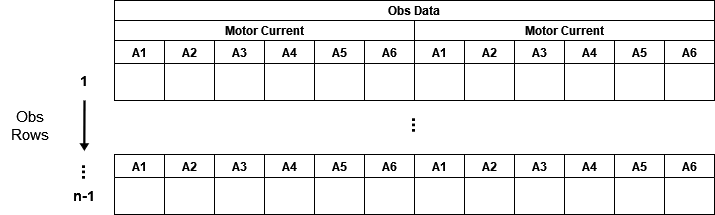
TONiiV/flowcharts keeps this draw.io diagram as obs_motor.drawio.png. Above is the earlier version. Source tidied: cells renumbered, new cells last; positions are measured from the earlier drawing's top-left corner, leaving out a move shared by most shapes.
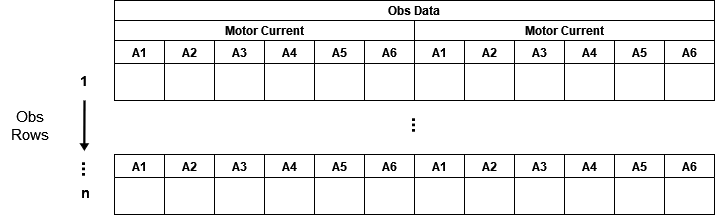
After the commit.

What changed in the source:
```diff
@@ -59,11 +59,11 @@
     <mxCell id="19" value="&lt;div align=&quot;center&quot;&gt;&lt;b&gt;1&lt;/b&gt;&lt;/div&gt;" style="text;html=1;strokeColor=none;fillColor=none;align=center;verticalAlign=middle;whiteSpace=wrap;rounded=0;fontSize=14;fontFamily=Helvetica;" parent="1" vertex="1">
       <mxGeometry x="54" y="65" width="60" height="30" as="geometry" />
     </mxCell>
-    <mxCell id="20" value="&lt;b&gt;n-1&lt;/b&gt;" style="text;html=1;strokeColor=none;fillColor=none;align=center;verticalAlign=middle;whiteSpace=wrap;rounded=0;fontSize=14;fontFamily=Helvetica;" parent="1" vertex="1">
-      <mxGeometry x="54" y="180" width="60" height="30" as="geometry" />
+    <mxCell id="20" value="&lt;b&gt;n&lt;/b&gt;" style="text;html=1;strokeColor=none;fillColor=none;align=center;verticalAlign=middle;whiteSpace=wrap;rounded=0;fontSize=14;fontFamily=Helvetica;" parent="1" vertex="1">
+      <mxGeometry x="55" y="177" width="60" height="30" as="geometry" />
     </mxCell>
     <mxCell id="21" value="&lt;div style=&quot;font-size: 19px&quot; align=&quot;center&quot;&gt;&lt;b&gt;...&lt;/b&gt;&lt;/div&gt;" style="text;html=1;strokeColor=none;fillColor=none;align=center;verticalAlign=middle;whiteSpace=wrap;rounded=0;fontSize=14;fontFamily=Helvetica;rotation=90;" parent="1" vertex="1">
-      <mxGeometry x="60" y="157" width="60" height="30" as="geometry" />
+      <mxGeometry x="73" y="154" width="34" height="30" as="geometry" />
     </mxCell>
     <mxCell id="22" value="&lt;div style=&quot;font-size: 19px&quot; align=&quot;center&quot;&gt;&lt;b&gt;...&lt;/b&gt;&lt;/div&gt;" style="text;html=1;strokeColor=none;fillColor=none;align=center;verticalAlign=middle;whiteSpace=wrap;rounded=0;fontSize=14;fontFamily=Helvetica;rotation=90;" parent="1" vertex="1">
       <mxGeometry x="390" y="110" width="60" height="30" as="geometry" />
```
